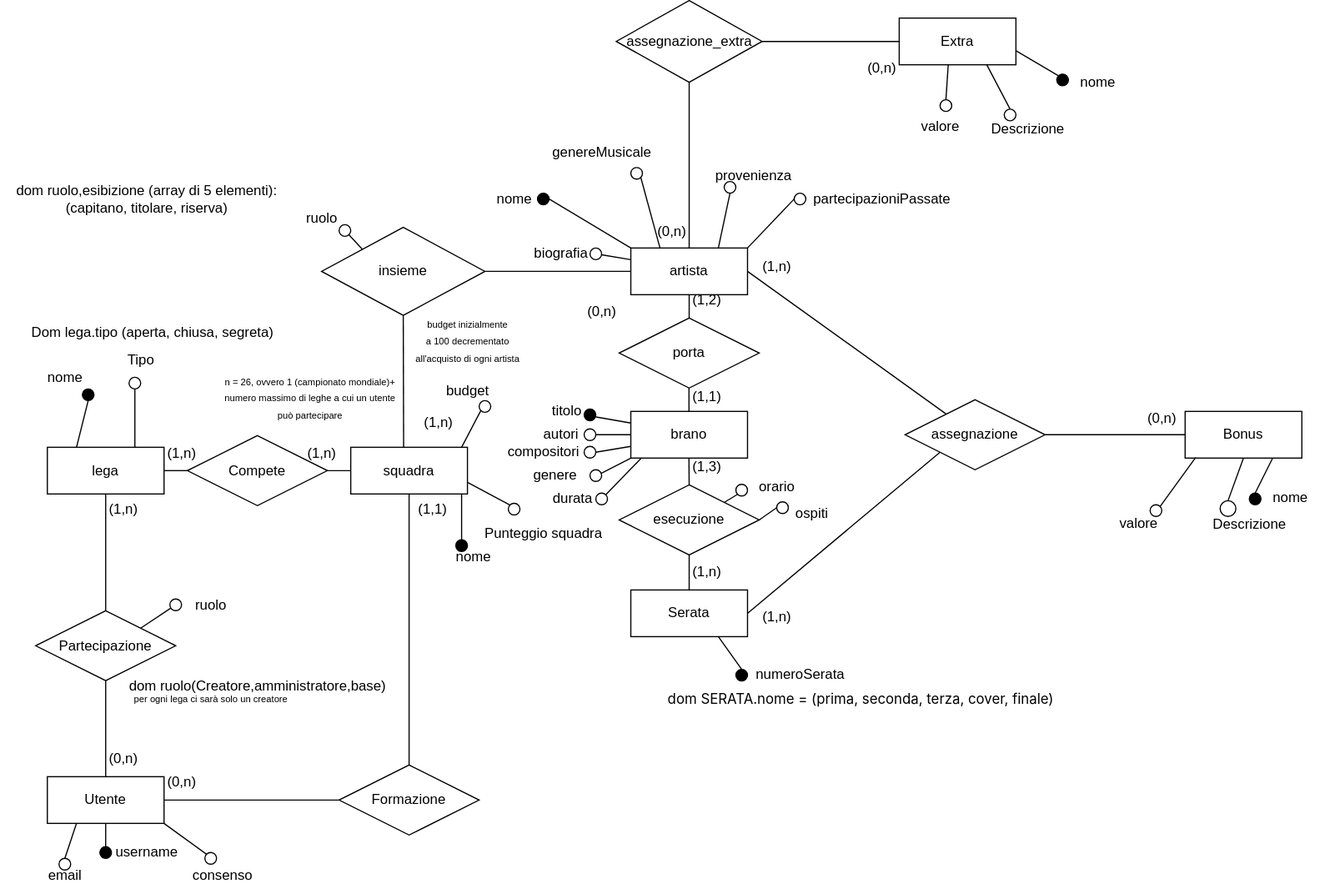
The draw.io diagram ERPrimaConsegnaV2_0.drawio.svg in Gabriele-traversa/basati_datati_storati, before a commit. Source tidied: cells renumbered, new cells last; positions are measured from the earlier drawing's top-left corner, leaving out a move shared by most shapes.
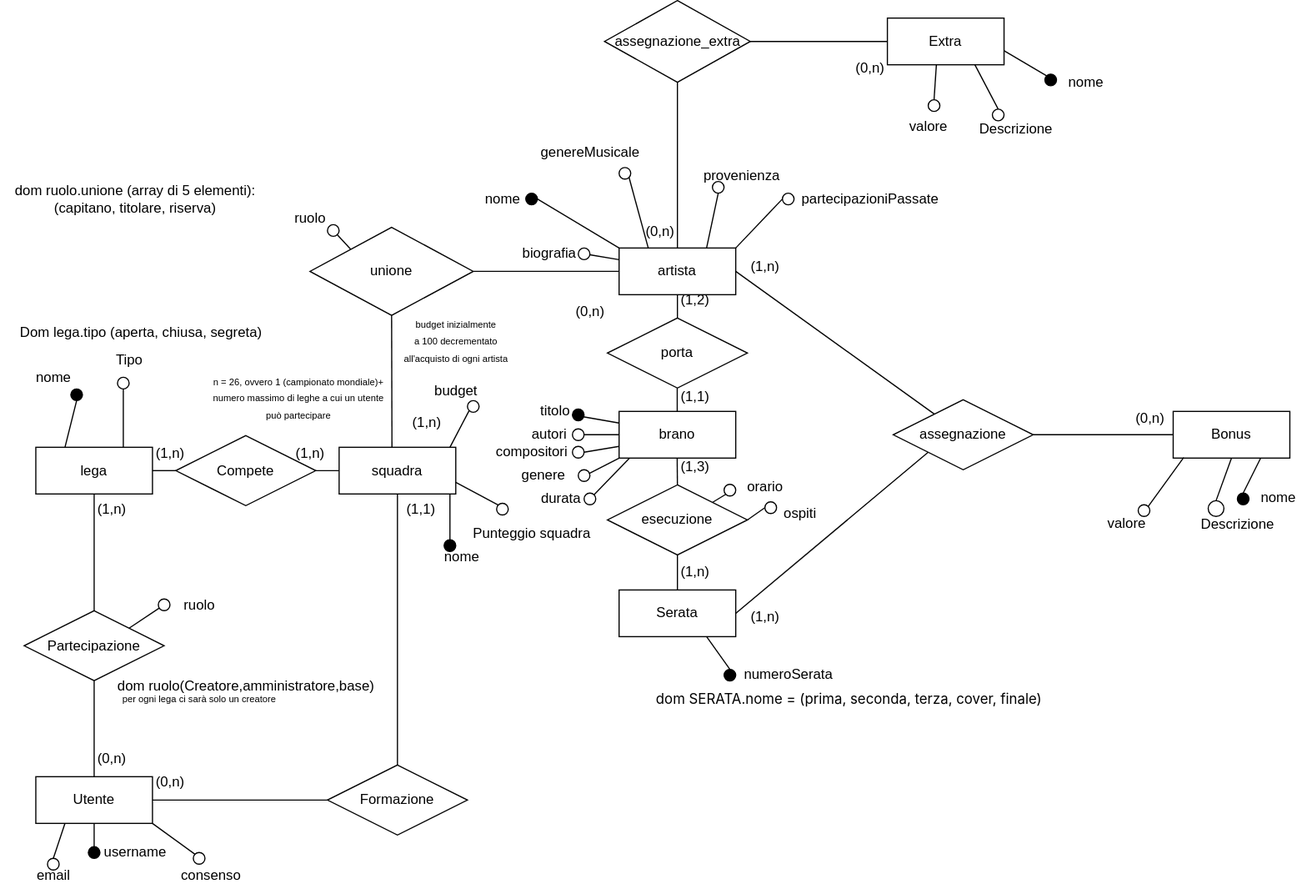
Above is the later version.

What changed in the source:
```diff
@@ -35,7 +35,7 @@
     <mxCell id="12" style="edgeStyle=none;html=1;exitX=0.5;exitY=1;exitDx=0;exitDy=0;endArrow=none;endFill=0;entryX=0.453;entryY=-0.004;entryDx=0;entryDy=0;entryPerimeter=0;" parent="1" edge="1" source="13" target="24">
       <mxGeometry relative="1" as="geometry" />
     </mxCell>
-    <mxCell id="13" value="insieme" style="shape=rhombus;perimeter=rhombusPerimeter;whiteSpace=wrap;html=1;align=center;" parent="1" vertex="1">
+    <mxCell id="13" value="unione" style="shape=rhombus;perimeter=rhombusPerimeter;whiteSpace=wrap;html=1;align=center;" parent="1" vertex="1">
       <mxGeometry x="275" y="194.2" width="140" height="75.5" as="geometry" />
     </mxCell>
     <mxCell id="14" style="endArrow=none;html=1;rounded=0;entryX=0.5;entryY=1;entryDx=0;entryDy=0;exitX=0.5;exitY=0;exitDx=0;exitDy=0;" parent="1" edge="1" source="6" target="8">
@@ -143,8 +143,8 @@
     <mxCell id="45" value="ruolo" style="text;html=1;align=center;verticalAlign=middle;strokeColor=none;fillColor=none;" parent="1" vertex="1">
       <mxGeometry x="250" y="172" width="50" height="30" as="geometry" />
     </mxCell>
-    <mxCell id="46" value="dom ruolo,esibizione (array di 5 elementi):&amp;nbsp;&lt;br&gt;&lt;span style=&quot;background-color: transparent;&quot;&gt;(capitano, titolare, riserva)&lt;/span&gt;" style="text;html=1;align=center;verticalAlign=middle;strokeColor=none;fillColor=none;" parent="1" vertex="1">
-      <mxGeometry y="150" width="250" height="40" as="geometry" />
+    <mxCell id="46" value="dom ruolo.unione (array di 5 elementi):&amp;nbsp;&lt;br&gt;&lt;span style=&quot;background-color: transparent;&quot;&gt;(capitano, titolare, riserva)&lt;/span&gt;" style="text;html=1;align=center;verticalAlign=middle;strokeColor=none;fillColor=none;" parent="1" vertex="1">
+      <mxGeometry x="10" y="150" width="230" height="40" as="geometry" />
     </mxCell>
     <mxCell id="47" value="(1,n)" style="text;html=1;align=center;verticalAlign=middle;strokeColor=none;fillColor=none;" parent="1" vertex="1">
       <mxGeometry x="250" y="372.8" width="50" height="30" as="geometry" />
```
